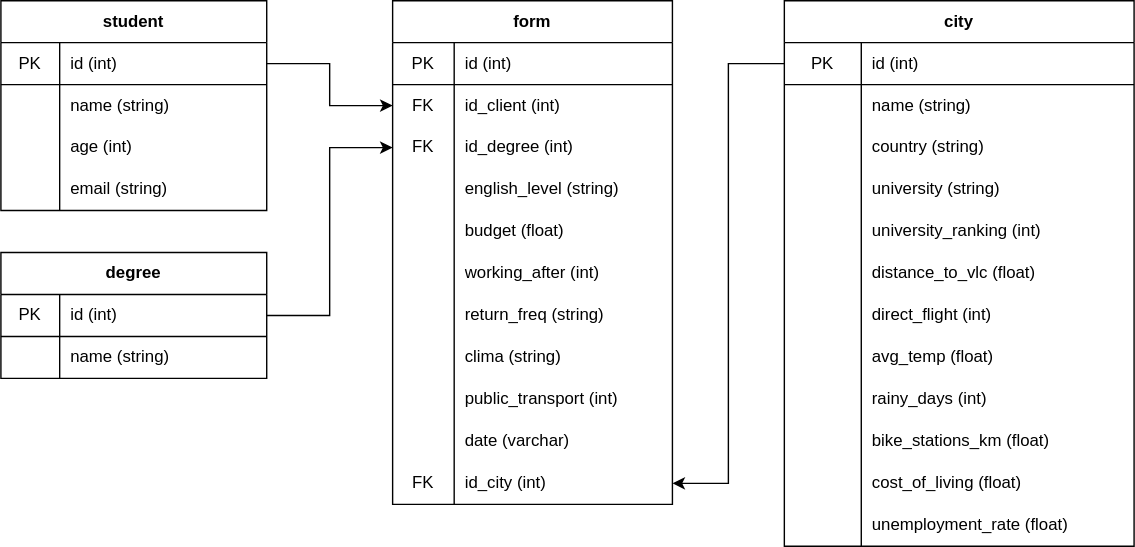
This is WakeTeam_db.svg from viasmo1/edem-mda-DP1-wake, a draw.io export, as it was before one commit. Source tidied: cells renumbered, new cells last; positions are measured from the earlier drawing's top-left corner, leaving out a move shared by most shapes.
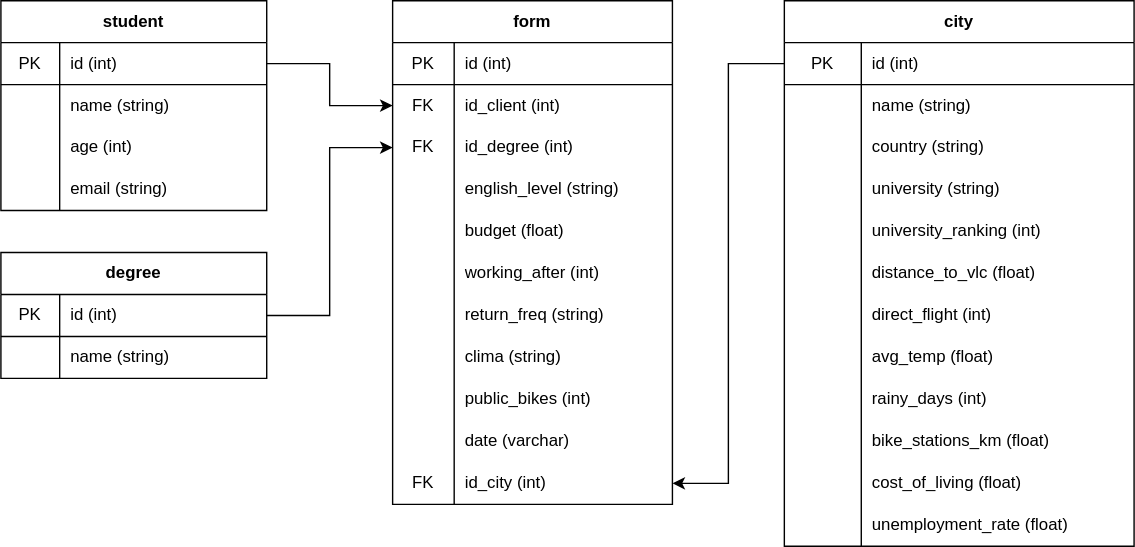
After the commit.

The edit, as a diff of the source:
```diff
@@ -233,7 +233,7 @@
     <mxCell id="78" style="shape=partialRectangle;html=1;whiteSpace=wrap;fillColor=none;top=0;left=0;bottom=0;right=0;overflow=hidden;" parent="77" vertex="1">
       <mxGeometry width="44" height="30" as="geometry" />
     </mxCell>
-    <mxCell id="79" value="public_transport (int)" style="shape=partialRectangle;html=1;whiteSpace=wrap;fillColor=none;top=0;left=0;bottom=0;right=0;align=left;spacingLeft=6;overflow=hidden;" parent="77" vertex="1">
+    <mxCell id="79" value="public_bikes (int)" style="shape=partialRectangle;html=1;whiteSpace=wrap;fillColor=none;top=0;left=0;bottom=0;right=0;align=left;spacingLeft=6;overflow=hidden;" parent="77" vertex="1">
       <mxGeometry x="44" width="156" height="30" as="geometry" />
     </mxCell>
     <mxCell id="80" style="shape=partialRectangle;html=1;whiteSpace=wrap;fillColor=none;top=0;left=0;bottom=0;right=0;" parent="52" vertex="1">
```
